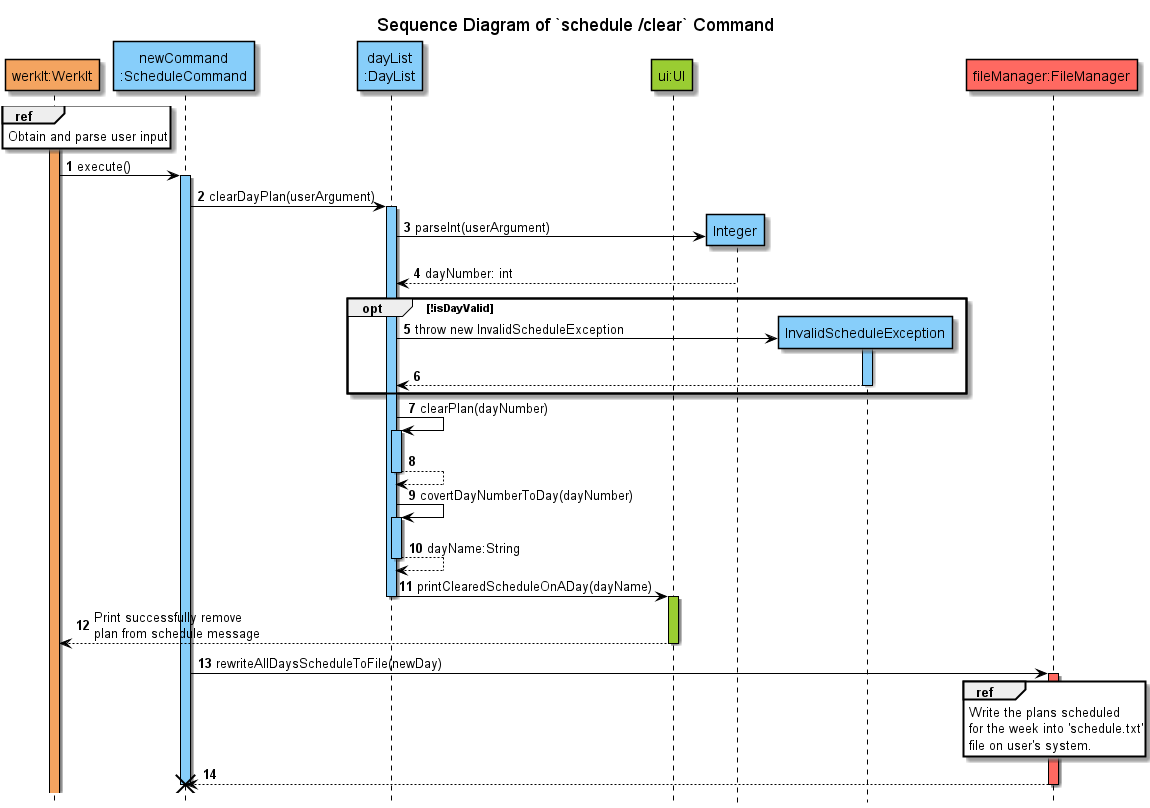
Earlier version of the PlantUML export docs/uml/sequenceDiagrams/schedule/images/listSchedule.png (nus-cs2113-AY2122S2/tp).
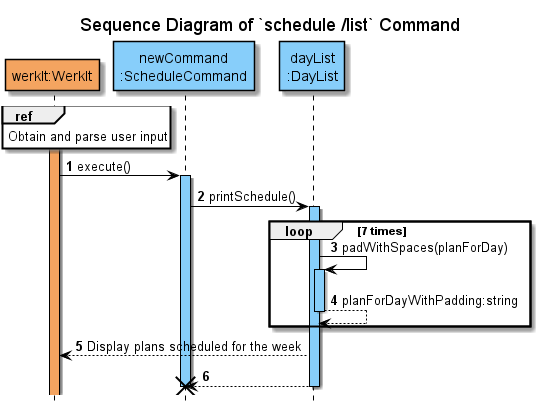
Later version of the same file.

Commit message:
Bolded the steps in DG and modify the explanation of workout /list in DG

What changed in the source:
```diff
@@ -1,15 +1,15 @@
 @startuml
 !include ../../Style.puml
 
+hide footbox
 autonumber
-hide footbox
 
-title Sequence Diagram of `schedule /clear` Command
+title Sequence Diagram of `schedule /list` Command
 
 participant "werkIt:WerkIt" AS WerkIt COLOR_WERKIT
 participant "newCommand\n:ScheduleCommand" AS newCommand COLOR_LOGIC
 participant "dayList\n:DayList" AS DayList COLOR_LOGIC
-participant "ui:UI" As UI COLOR_UI
+
 
 activate WerkIt COLOR_WERKIT
 ref over WerkIt
@@ -19,41 +19,16 @@
 WerkIt -> newCommand : execute()
 activate newCommand COLOR_LOGIC
 
-newCommand -> DayList : clearDayPlan(userArgument)
+newCommand -> DayList : printSchedule()
 activate DayList COLOR_LOGIC
-create "Integer" AS int COLOR_LOGIC
-DayList -> int: parseInt(userArgument)
-DayList <-- int : dayNumber: int
+loop 7 times
 
-create InvalidScheduleException AS ise COLOR_LOGIC
-opt !isDayValid
-DayList -> ise : throw new InvalidScheduleException
-activate ise COLOR_LOGIC
+DayList -> DayList : padWithSpaces(planForDay)
+activate DayList COLOR_LOGIC
+return planForDayWithPadding:string
+
+end
+WerkIt <-- DayList : Display plans scheduled for the week
 return
-deactivate ise
-end
-DayList -> DayList : clearPlan(dayNumber)
-activate DayList COLOR_LOGIC
-return
-DayList -> DayList : covertDayNumberToDay(dayNumber)
-activate DayList COLOR_LOGIC
-return dayName:String
-DayList -> UI : printClearedScheduleOnADay(dayName)
-deactivate DayList
-activate UI COLOR_UI
-UI--> WerkIt: Print successfully remove \nplan from schedule message
-deactivate UI
-
-participant "fileManager:FileManager" as FileManager COLOR_STORAGE
-newCommand -> FileManager : rewriteAllDaysScheduleToFile(newDay)
-activate FileManager COLOR_STORAGE
-ref over FileManager
-Write the plans scheduled
-for the week into 'schedule.txt'
-file on user's system.
-end
-newCommand <-- FileManager
-deactivate FileManager
-
 destroy newCommand
 @enduml
```
